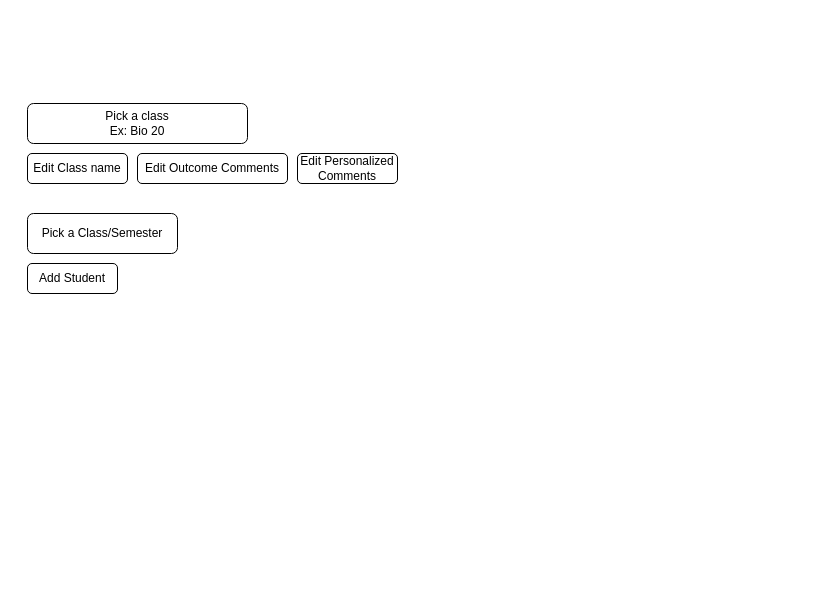
dgaudet/commentator-frontend keeps this draw.io diagram as Designs/CommentDesign.drawio. Above is the earlier version. Source tidied: cells renumbered, new cells numbered last; positions are measured from the earlier drawing's top-left corner, leaving out a move shared by most shapes. Both pictures are drawn from the tidied source at 100%, with x=0, y=0 at pixel (27, 103).
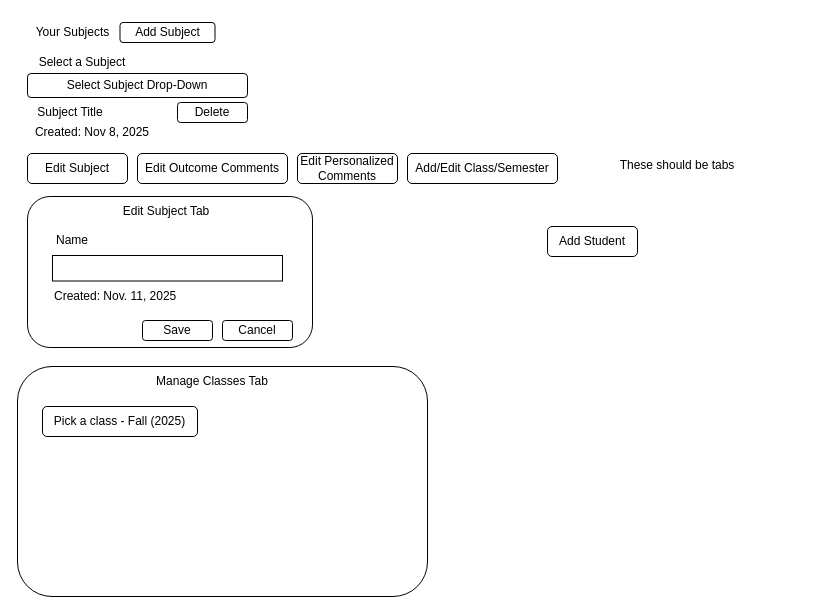
Above is the later version.

Commit message (it also covers changes not shown here):
- create stories for subject restyle

The edit, as a diff of the source:
```diff
@@
-    <mxCell id="2" value="Pick a class&lt;div&gt;Ex: Bio 20&lt;/div&gt;" style="rounded=1;whiteSpace=wrap;html=1;" parent="1" vertex="1">
-      <mxGeometry width="220" height="40" as="geometry" />
-    </mxCell>
-    <mxCell id="3" value="Edit Class name" style="rounded=1;whiteSpace=wrap;html=1;" parent="1" vertex="1">
-      <mxGeometry y="50" width="100" height="30" as="geometry" />
-    </mxCell>
+    <mxCell id="8" value="Select Subject Drop-Down" style="rounded=1;whiteSpace=wrap;html=1;" parent="1" vertex="1">
+      <mxGeometry y="-30" width="220" height="24" as="geometry" />
+    </mxCell>
+    <mxCell id="9" value="Edit Subject" style="rounded=1;whiteSpace=wrap;html=1;" parent="1" vertex="1">
+      <mxGeometry y="50" width="100" height="30" as="geometry" />
+    </mxCell>
@@
-    <mxCell id="6" value="Pick a Class/Semester" style="rounded=1;whiteSpace=wrap;html=1;" parent="1" vertex="1">
-      <mxGeometry y="110" width="150" height="40" as="geometry" />
-    </mxCell>
+    <mxCell id="10" value="Add/Edit Class/Semester" style="rounded=1;whiteSpace=wrap;html=1;" parent="1" vertex="1">
+      <mxGeometry x="380" y="50" width="150" height="30" as="geometry" />
+    </mxCell>
     <mxCell id="7" value="Add Student" style="rounded=1;whiteSpace=wrap;html=1;" parent="1" vertex="1">
-      <mxGeometry y="160" width="90" height="30" as="geometry" />
+      <mxGeometry x="520" y="123" width="90" height="30" as="geometry" />
     </mxCell>
+    <mxCell id="11" value="These should be tabs" style="text;html=1;whiteSpace=wrap;strokeColor=none;fillColor=none;align=center;verticalAlign=middle;rounded=0;" parent="1" vertex="1">
+      <mxGeometry x="530" y="47" width="240" height="30" as="geometry" />
+    </mxCell>
+    <mxCell id="12" style="rounded=1;whiteSpace=wrap;html=1;" parent="1" vertex="1">
+      <mxGeometry y="93" width="285" height="151" as="geometry" />
+    </mxCell>
+    <mxCell id="13" value="Name" style="text;html=1;whiteSpace=wrap;strokeColor=none;fillColor=none;align=center;verticalAlign=middle;rounded=0;" parent="1" vertex="1">
+      <mxGeometry x="15" y="122" width="60" height="30" as="geometry" />
+    </mxCell>
+    <mxCell id="14" style="rounded=0;whiteSpace=wrap;html=1;" parent="1" vertex="1">
+      <mxGeometry x="25" y="152" width="230" height="25.5" as="geometry" />
+    </mxCell>
+    <mxCell id="15" value="Delete" style="rounded=1;whiteSpace=wrap;html=1;" parent="1" vertex="1">
+      <mxGeometry x="150" y="-1" width="70" height="20" as="geometry" />
+    </mxCell>
+    <mxCell id="16" value="Save" style="rounded=1;whiteSpace=wrap;html=1;" parent="1" vertex="1">
+      <mxGeometry x="115" y="217" width="70" height="20" as="geometry" />
+    </mxCell>
+    <mxCell id="17" value="Cancel" style="rounded=1;whiteSpace=wrap;html=1;" parent="1" vertex="1">
+      <mxGeometry x="195" y="217" width="70" height="20" as="geometry" />
+    </mxCell>
+    <mxCell id="18" value="Created: Nov. 11, 2025" style="text;html=1;whiteSpace=wrap;strokeColor=none;fillColor=none;align=left;verticalAlign=middle;rounded=0;" parent="1" vertex="1">
+      <mxGeometry x="25" y="177.5" width="130" height="30" as="geometry" />
+    </mxCell>
+    <mxCell id="19" value="Edit Subject Tab" style="text;html=1;whiteSpace=wrap;strokeColor=none;fillColor=none;align=center;verticalAlign=middle;rounded=0;" parent="1" vertex="1">
+      <mxGeometry x="74" y="93" width="130" height="30" as="geometry" />
+    </mxCell>
+    <mxCell id="20" style="rounded=1;whiteSpace=wrap;html=1;" parent="1" vertex="1">
+      <mxGeometry x="-10" y="263" width="410" height="230" as="geometry" />
+    </mxCell>
+    <mxCell id="21" value="Manage Classes Tab" style="text;html=1;whiteSpace=wrap;strokeColor=none;fillColor=none;align=center;verticalAlign=middle;rounded=0;" parent="1" vertex="1">
+      <mxGeometry x="91.2" y="263" width="187.5" height="30" as="geometry" />
+    </mxCell>
+    <mxCell id="22" value="Pick a class - Fall (2025)" style="rounded=1;whiteSpace=wrap;html=1;" parent="1" vertex="1">
+      <mxGeometry x="15" y="303" width="155" height="30" as="geometry" />
+    </mxCell>
+    <mxCell id="23" value="Your Subjects" style="text;html=1;whiteSpace=wrap;strokeColor=none;fillColor=none;align=center;verticalAlign=middle;rounded=0;" parent="1" vertex="1">
+      <mxGeometry x="-2.5" y="-86" width="95" height="30" as="geometry" />
+    </mxCell>
+    <mxCell id="24" value="Add Subject" style="rounded=1;whiteSpace=wrap;html=1;" parent="1" vertex="1">
+      <mxGeometry x="92.5" y="-81" width="95" height="20" as="geometry" />
+    </mxCell>
+    <mxCell id="25" value="Select a Subject" style="text;html=1;whiteSpace=wrap;strokeColor=none;fillColor=none;align=center;verticalAlign=middle;rounded=0;" parent="1" vertex="1">
+      <mxGeometry y="-56" width="110" height="30" as="geometry" />
+    </mxCell>
+    <mxCell id="26" value="Subject Title" style="text;html=1;whiteSpace=wrap;strokeColor=none;fillColor=none;align=center;verticalAlign=middle;rounded=0;" parent="1" vertex="1">
+      <mxGeometry x="-2.5" y="-6" width="90" height="30" as="geometry" />
+    </mxCell>
+    <mxCell id="27" value="Created: Nov 8, 2025" style="text;html=1;whiteSpace=wrap;strokeColor=none;fillColor=none;align=center;verticalAlign=middle;rounded=0;" parent="1" vertex="1">
+      <mxGeometry y="14" width="130" height="30" as="geometry" />
+    </mxCell>
```
